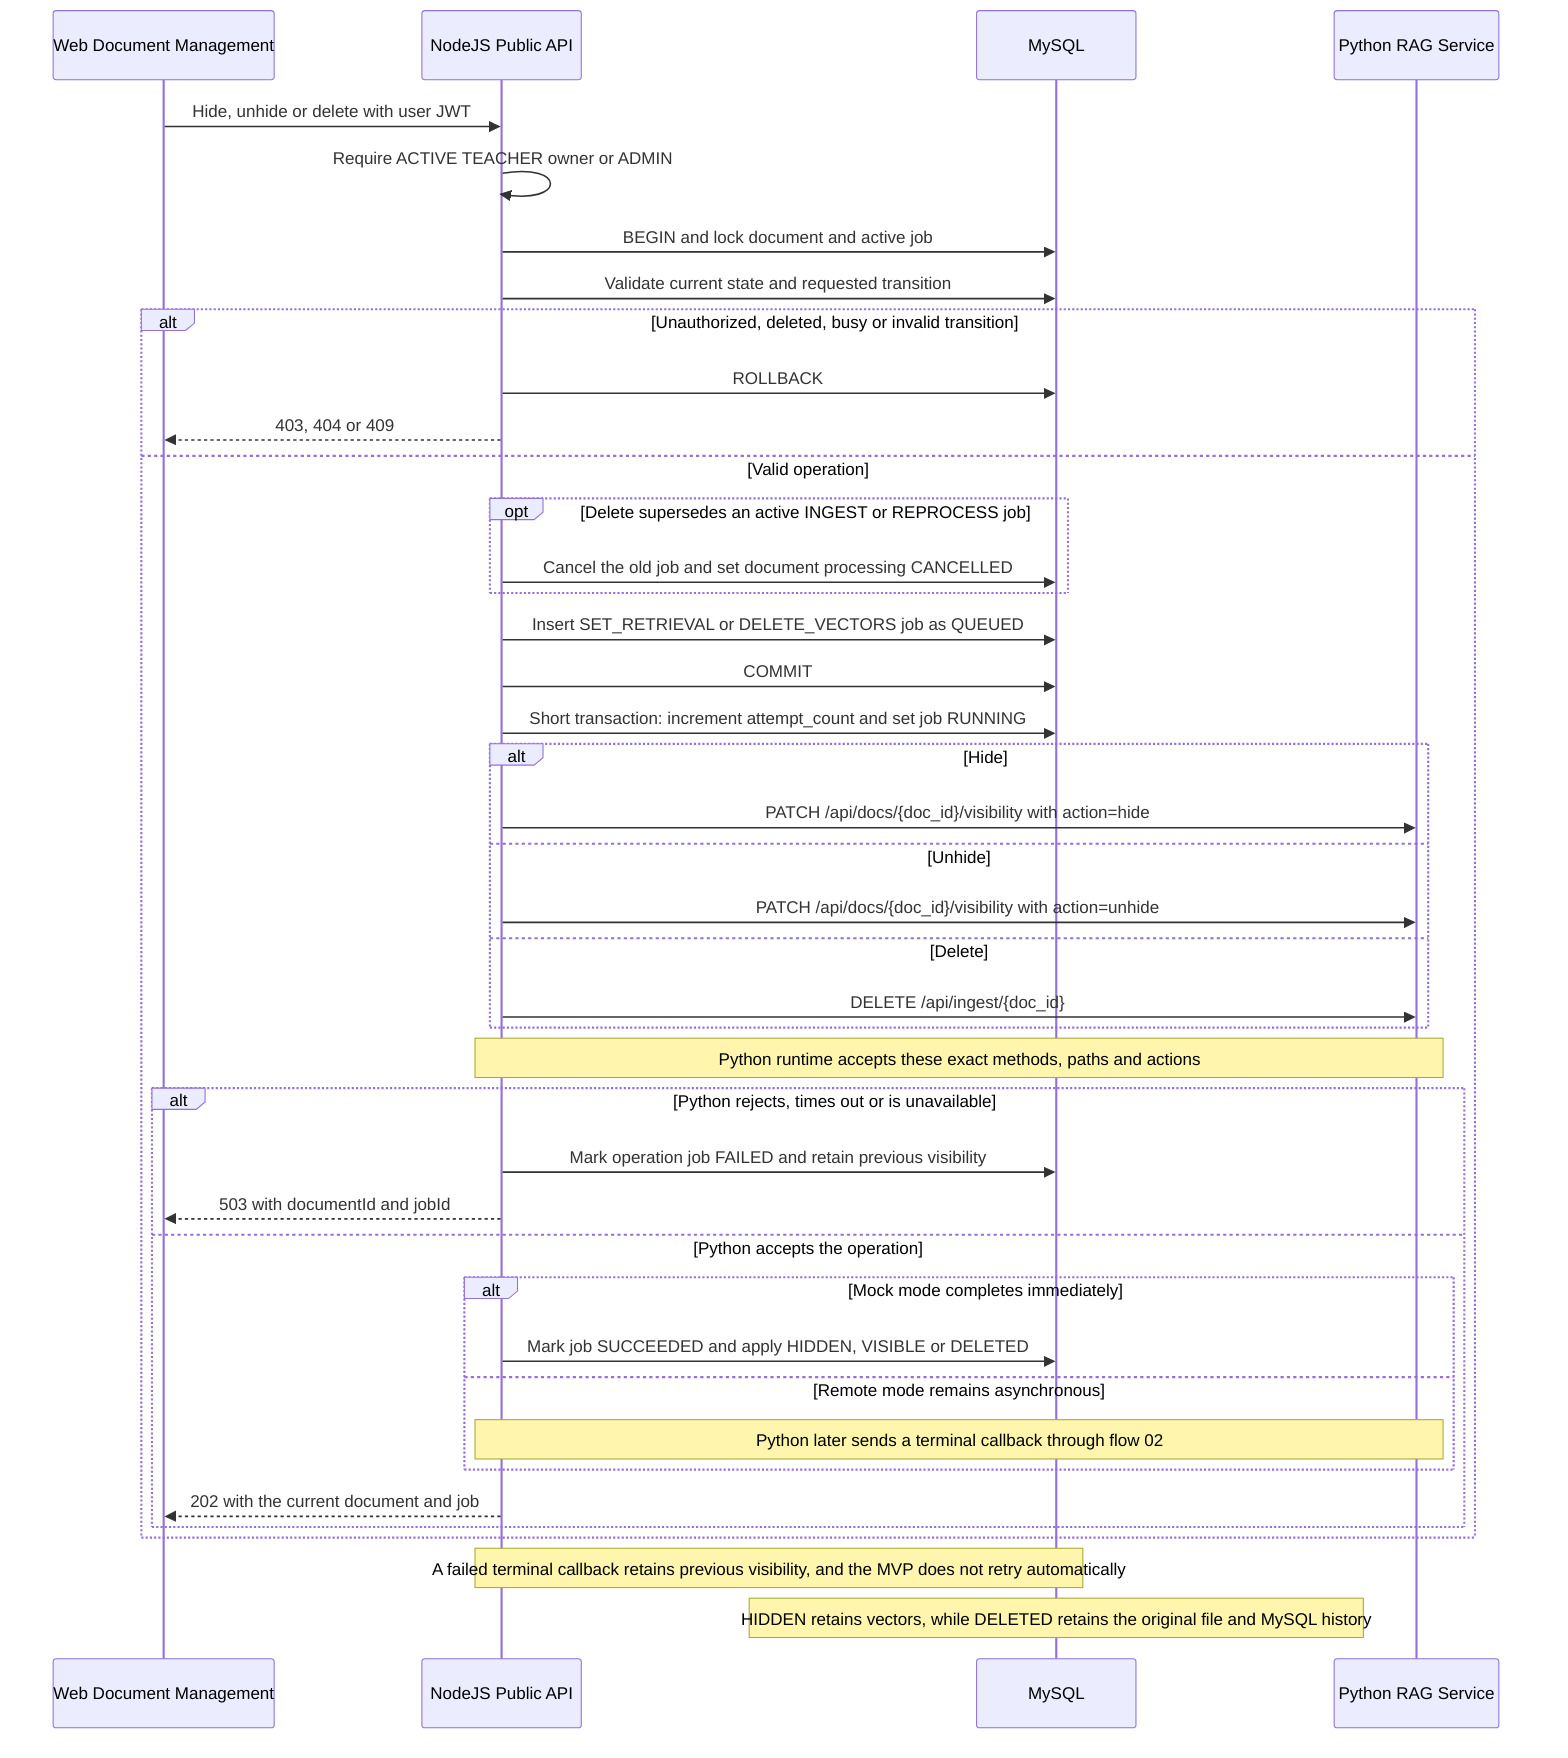
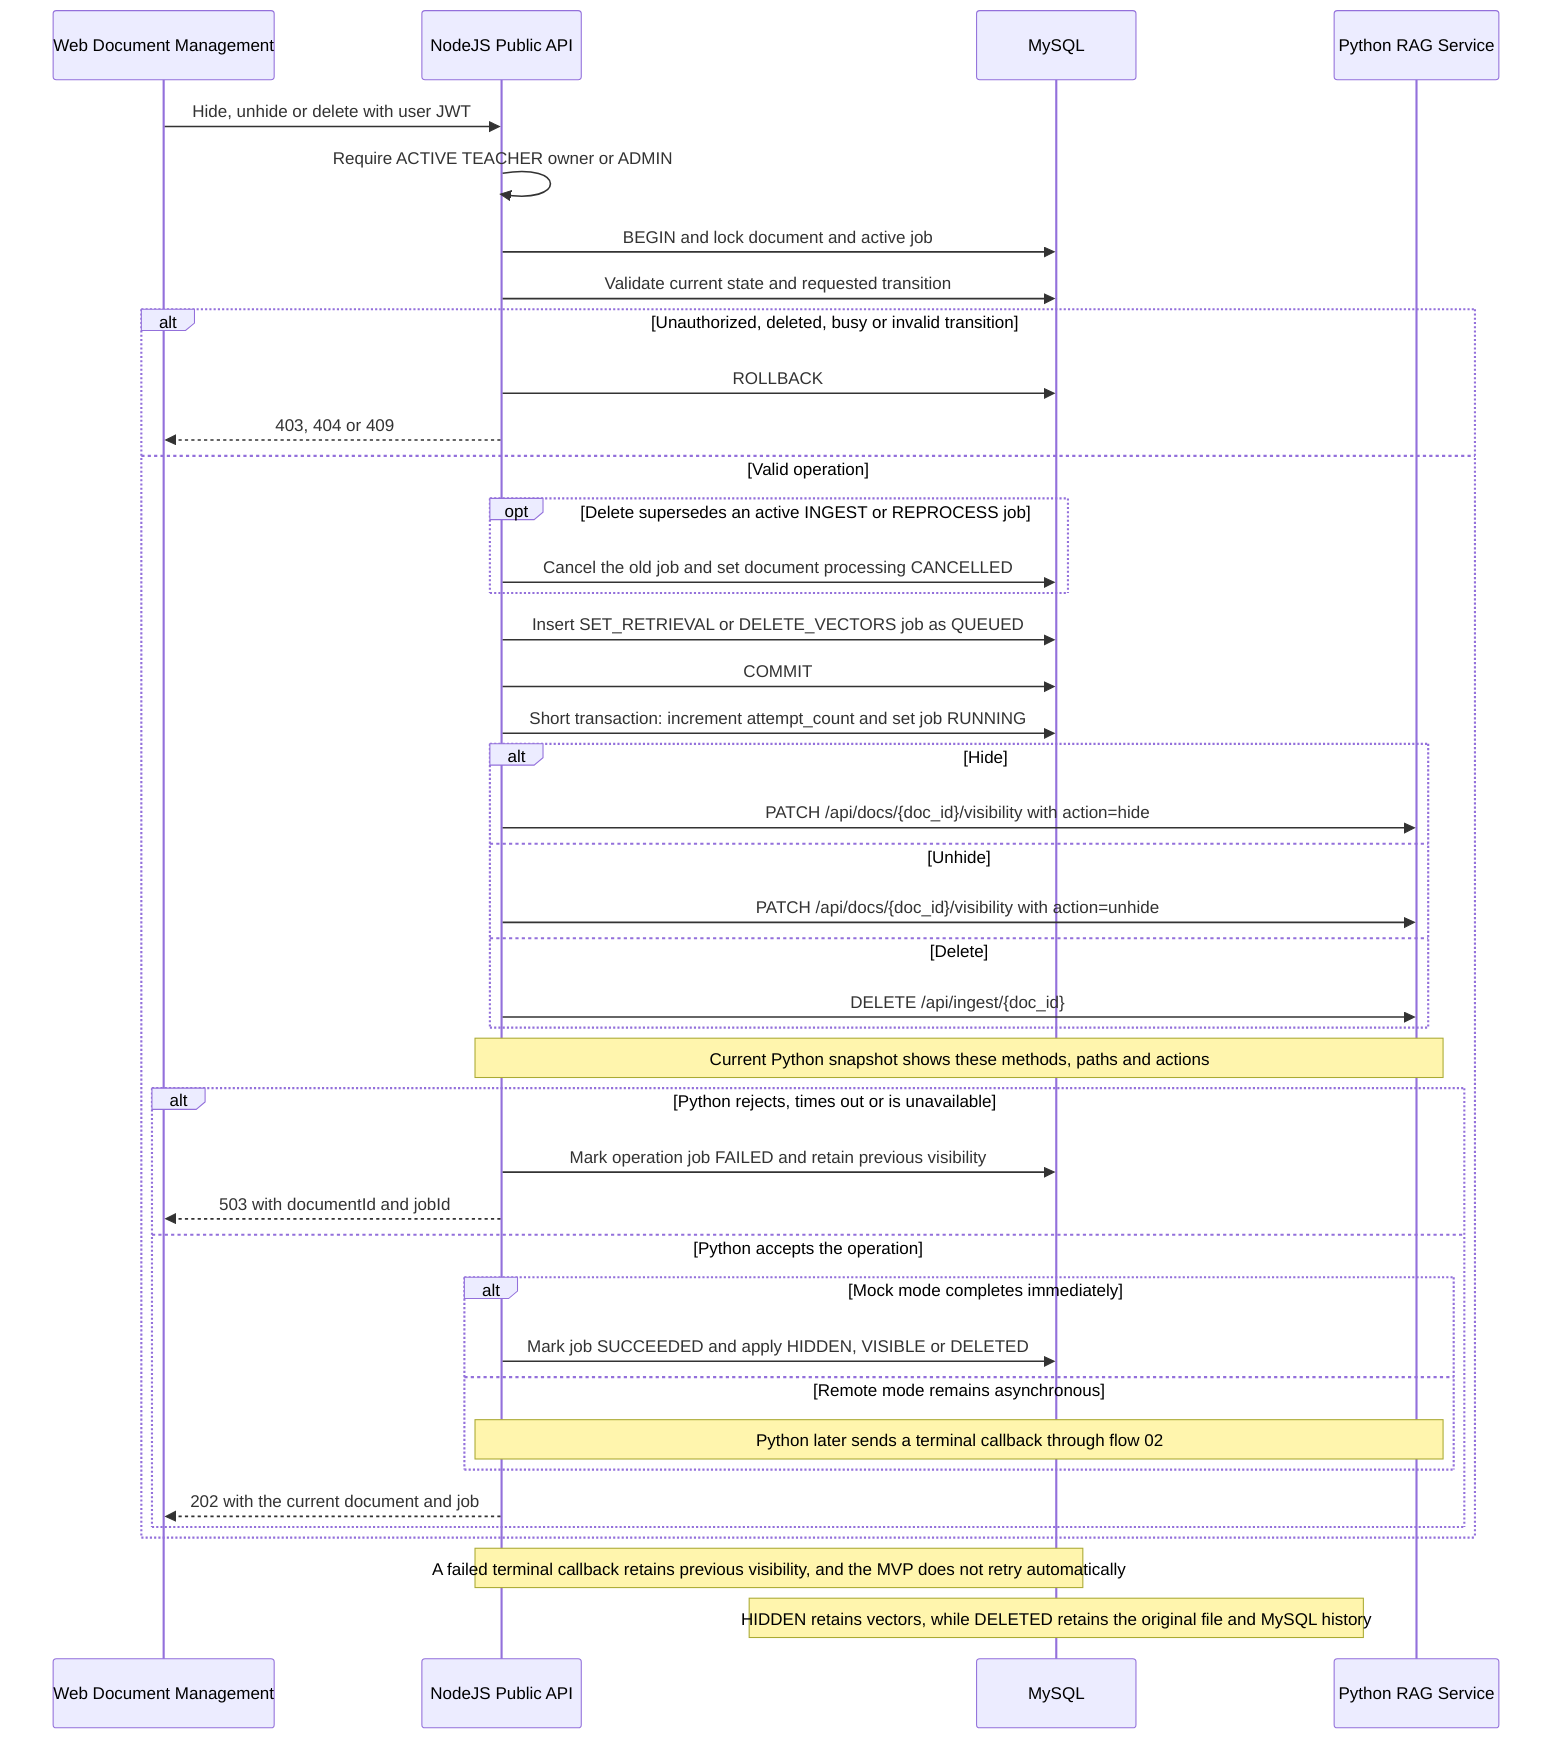
%% 05 Hide, unhide and delete | Detailed NodeJS/Core flow
sequenceDiagram
  participant Web as Web Document Management
  participant Node as NodeJS Public API
  participant DB as MySQL
  participant RAG as Python RAG Service

  Web->>Node: Hide, unhide or delete with user JWT
  Node->>Node: Require ACTIVE TEACHER owner or ADMIN
  Node->>DB: BEGIN and lock document and active job
  Node->>DB: Validate current state and requested transition
  alt Unauthorized, deleted, busy or invalid transition
    Node->>DB: ROLLBACK
    Node-->>Web: 403, 404 or 409
  else Valid operation
    opt Delete supersedes an active INGEST or REPROCESS job
      Node->>DB: Cancel the old job and set document processing CANCELLED
    end
    Node->>DB: Insert SET_RETRIEVAL or DELETE_VECTORS job as QUEUED
    Node->>DB: COMMIT
    Node->>DB: Short transaction: increment attempt_count and set job RUNNING
    alt Hide
      Node->>RAG: PATCH /api/docs/{doc_id}/visibility with action=hide
    else Unhide
      Node->>RAG: PATCH /api/docs/{doc_id}/visibility with action=unhide
    else Delete
      Node->>RAG: DELETE /api/ingest/{doc_id}
    end
-     Note over Node,RAG: Python runtime accepts these exact methods, paths and actions
+     Note over Node,RAG: Current Python snapshot shows these methods, paths and actions

    alt Python rejects, times out or is unavailable
      Node->>DB: Mark operation job FAILED and retain previous visibility
      Node-->>Web: 503 with documentId and jobId
    else Python accepts the operation
      alt Mock mode completes immediately
        Node->>DB: Mark job SUCCEEDED and apply HIDDEN, VISIBLE or DELETED
      else Remote mode remains asynchronous
        Note over Node,RAG: Python later sends a terminal callback through flow 02
      end
      Node-->>Web: 202 with the current document and job
    end
  end

  Note over Node,DB: A failed terminal callback retains previous visibility, and the MVP does not retry automatically
  Note over DB: HIDDEN retains vectors, while DELETED retains the original file and MySQL history
